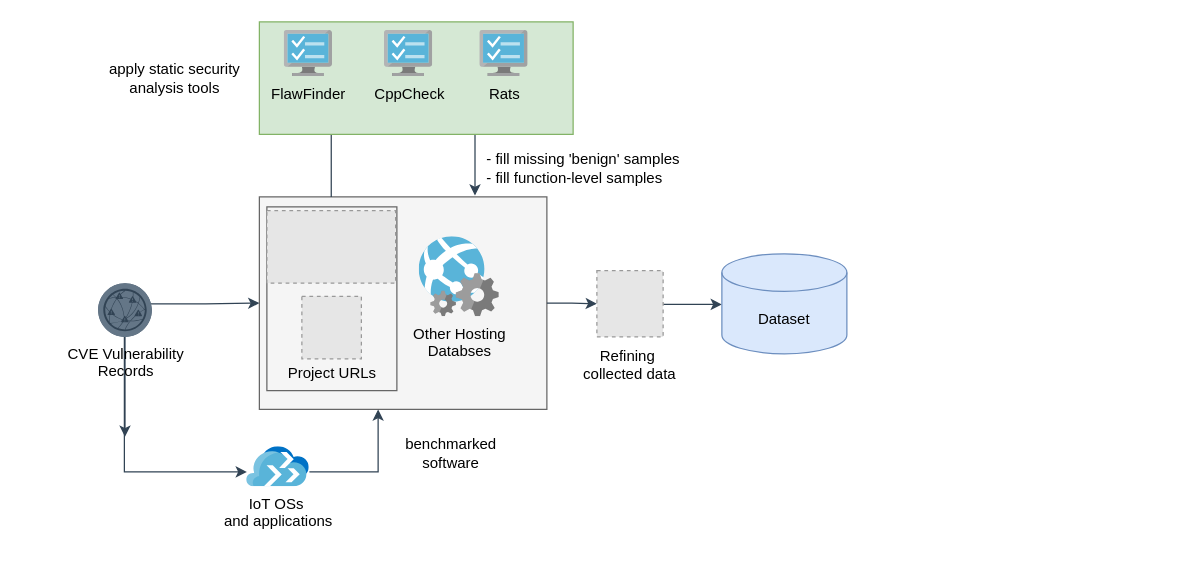
This is figure/framework.drawio from SmartSecLab/IoTvulCode, a draw.io file, before an edit. Source tidied: cells renumbered, new cells numbered last; positions are measured from the earlier drawing's top-left corner, leaving out a move shared by most shapes. Both pictures are drawn from the tidied source at 125%, with x=0, y=0 at pixel (92, 21). Pictures stored in the file or linked from it are replaced by grey dashed boxes.
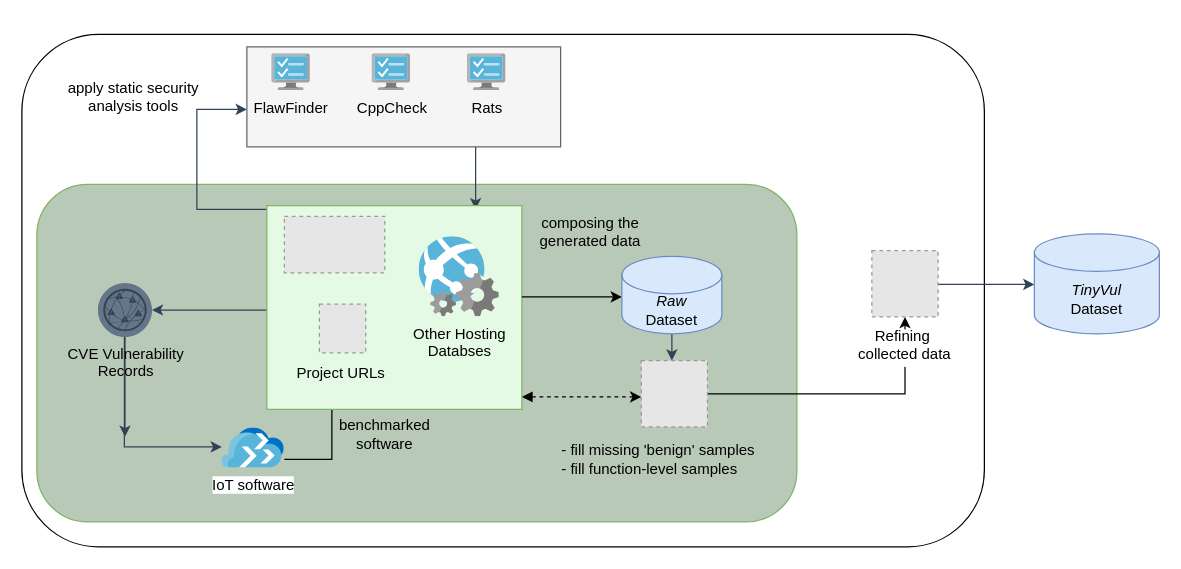
The same page after the edit.

Commit message (it also covers changes not shown here):
added sql vaccum function and updated framework

The change refers to these unchanged cells:
```xml
<mxCell id="15" value="CVE Vulnerability &lt;br&gt;Records" style="verticalLabelPosition=bottom;html=1;verticalAlign=top;align=center;points=[[0.145,0.145,0],[0.5,0,0],[0.855,0.145,0],[1,0.5,0],[0.855,0.855,0],[0.5,1,0],[0.145,0.855,0],[0,0.5,0]];shape=mxgraph.cisco_safe.compositeIcon;bgIcon=ellipse;resIcon=mxgraph.cisco_safe.capability.vulnerability_management;fontColor=#000000;fillColor=#647687;strokeColor=#314354;" parent="1" vertex="1">
  <mxGeometry x="4" y="209" width="43" height="43" as="geometry" />
</mxCell>
```

What changed in the source:
```diff
@@
-    <mxCell id="2" style="rounded=0;whiteSpace=wrap;html=1;verticalAlign=top;fontColor=#333333;fillColor=#f5f5f5;strokeColor=#666666;" parent="1" vertex="1">
-      <mxGeometry x="133" y="140" width="230" height="170" as="geometry" />
-    </mxCell>
+    <mxCell id="28" style="rounded=1;whiteSpace=wrap;html=1;" parent="1" vertex="1">
+      <mxGeometry x="-57" y="10" width="770" height="410" as="geometry" />
+    </mxCell>
+    <mxCell id="29" style="rounded=1;whiteSpace=wrap;html=1;strokeColor=#82b366;fillColor=#B9C9B8;" parent="1" vertex="1">
+      <mxGeometry x="-45" y="130" width="608" height="270" as="geometry" />
+    </mxCell>
-    <mxCell id="3" style="edgeStyle=orthogonalEdgeStyle;rounded=0;jettySize=auto;html=1;exitX=0.465;exitY=0.384;exitDx=0;exitDy=0;exitPerimeter=0;fontColor=#000000;fillColor=#647687;strokeColor=#314354;" parent="1" edge="1" source="15" target="2">
-      <mxGeometry relative="1" as="geometry" />
+    <mxCell id="3" style="edgeStyle=orthogonalEdgeStyle;rounded=0;jettySize=auto;html=1;exitX=1;exitY=0.5;exitDx=0;exitDy=0;exitPerimeter=0;fontColor=#000000;fillColor=#647687;strokeColor=#314354;endArrow=none;endFill=0;startArrow=classic;startFill=1;" parent="1" edge="1" source="15">
+      <mxGeometry relative="1" as="geometry">
+        <mxPoint x="143" y="225" as="targetPoint" />
+        <Array as="points">
+          <mxPoint x="143" y="231" />
+        </Array>
+      </mxGeometry>
     </mxCell>
     <mxCell id="4" style="edgeStyle=orthogonalEdgeStyle;rounded=0;jettySize=auto;html=1;fontColor=#000000;fillColor=#647687;strokeColor=#314354;" parent="1" edge="1" target="13">
       <mxGeometry relative="1" as="geometry">
         <mxPoint x="25" y="228" as="sourcePoint" />
         <Array as="points">
-          <mxPoint x="25" y="360" />
+          <mxPoint x="25" y="340" />
         </Array>
       </mxGeometry>
     </mxCell>
-    <mxCell id="5" style="edgeStyle=orthogonalEdgeStyle;rounded=0;jettySize=auto;html=1;fontColor=#000000;fillColor=#647687;strokeColor=#314354;" parent="1" edge="1" source="13" target="2">
-      <mxGeometry relative="1" as="geometry">
-        <Array as="points">
-          <mxPoint x="228" y="360" />
-        </Array>
-      </mxGeometry>
-    </mxCell>
-    <mxCell id="6" style="edgeStyle=elbowEdgeStyle;rounded=0;jettySize=auto;html=1;elbow=vertical;fontColor=#000000;fillColor=#647687;strokeColor=#314354;" parent="1" edge="1" source="11" target="12">
+    <mxCell id="6" style="edgeStyle=elbowEdgeStyle;rounded=0;jettySize=auto;html=1;elbow=vertical;fontColor=#000000;fillColor=#647687;strokeColor=#314354;" parent="1" edge="1" source="33" target="12">
       <mxGeometry relative="1" as="geometry" />
     </mxCell>
-    <mxCell id="7" style="edgeStyle=orthogonalEdgeStyle;rounded=0;jettySize=auto;html=1;fontColor=#000000;fillColor=#647687;strokeColor=#314354;" parent="1" edge="1" source="2" target="11">
-      <mxGeometry relative="1" as="geometry" />
+    <mxCell id="7" style="edgeStyle=orthogonalEdgeStyle;rounded=0;jettySize=auto;html=1;fontColor=#000000;fillColor=#647687;strokeColor=#314354;" parent="1" edge="1" source="35" target="11">
+      <mxGeometry relative="1" as="geometry">
+        <Array as="points">
+          <mxPoint x="465" y="280" />
+          <mxPoint x="465" y="280" />
+        </Array>
+      </mxGeometry>
     </mxCell>
-    <mxCell id="8" style="edgeStyle=orthogonalEdgeStyle;rounded=0;jettySize=auto;html=1;exitX=0.25;exitY=0;exitDx=0;exitDy=0;fontColor=#000000;fillColor=#647687;strokeColor=#314354;" parent="1" edge="1" source="2" target="17">
+    <mxCell id="8" style="edgeStyle=orthogonalEdgeStyle;rounded=0;orthogonalLoop=1;jettySize=auto;html=1;fontColor=#000000;fillColor=#647687;strokeColor=#314354;" parent="1" edge="1">
       <mxGeometry relative="1" as="geometry">
+        <mxPoint x="163" y="150" as="sourcePoint" />
+        <mxPoint x="123" y="70" as="targetPoint" />
         <Array as="points">
-          <mxPoint x="191" y="20" />
-          <mxPoint x="263" y="20" />
+          <mxPoint x="83" y="150" />
+          <mxPoint x="83" y="70" />
         </Array>
       </mxGeometry>
     </mxCell>
-    <mxCell id="9" style="rounded=0;orthogonalLoop=1;jettySize=auto;html=1;edgeStyle=orthogonalEdgeStyle;endArrow=classic;endFill=1;entryX=0.75;entryY=0;entryDx=0;entryDy=0;fontColor=#000000;fillColor=#647687;strokeColor=#314354;" parent="1" edge="1">
+    <mxCell id="9" style="rounded=0;orthogonalLoop=1;jettySize=auto;html=1;edgeStyle=orthogonalEdgeStyle;endArrow=classic;endFill=1;fontColor=#000000;fillColor=#647687;strokeColor=#314354;" parent="1" edge="1">
       <mxGeometry relative="1" as="geometry">
         <mxPoint x="313" y="49" as="sourcePoint" />
-        <mxPoint x="305.5" y="139" as="targetPoint" />
+        <mxPoint x="306" y="150" as="targetPoint" />
         <Array as="points">
           <mxPoint x="313" y="89" />
           <mxPoint x="306" y="89" />
         </Array>
       </mxGeometry>
     </mxCell>
-    <mxCell id="10" value="Other Hosting&lt;br&gt;Databses" style="html=1;perimeter=none;align=center;shadow=0;dashed=0;image;fontSize=12;image=img/lib/mscae/WebApp_WebJobs.svg;labelBackgroundColor=none;fontColor=#000000;fillColor=#647687;strokeColor=#314354;" parent="1" vertex="1">
-      <mxGeometry x="261" y="172" width="64" height="64" as="geometry" />
-    </mxCell>
+    <mxCell id="30" style="edgeStyle=orthogonalEdgeStyle;rounded=0;jettySize=auto;html=1;" parent="1" edge="1" source="11" target="33">
+      <mxGeometry relative="1" as="geometry" />
+    </mxCell>
+    <mxCell id="31" style="edgeStyle=orthogonalEdgeStyle;rounded=0;jettySize=auto;html=1;startArrow=classic;startFill=1;endArrow=block;endFill=1;dashed=1;" parent="1" edge="1" source="11">
+      <mxGeometry relative="1" as="geometry">
+        <mxPoint x="343" y="300" as="targetPoint" />
+        <Array as="points">
+          <mxPoint x="423" y="300" />
+          <mxPoint x="423" y="300" />
+        </Array>
+      </mxGeometry>
+    </mxCell>
-    <mxCell id="11" value="Refining &#10;collected data" style="fillColor=#E6E6E6;strokeColor=#999999;dashed=1;verticalLabelPosition=bottom;labelBackgroundColor=#ffffff;verticalAlign=top;spacingTop=2;fontColor=#000000;" parent="1" vertex="1">
-      <mxGeometry x="403" y="199" width="53" height="53" as="geometry" />
+    <mxCell id="11" style="fillColor=#E6E6E6;strokeColor=#999999;dashed=1;verticalLabelPosition=bottom;labelBackgroundColor=#ffffff;verticalAlign=top;spacingTop=2;fontColor=#000000;" parent="1" vertex="1">
+      <mxGeometry x="438.5" y="271" width="53" height="53" as="geometry" />
     </mxCell>
-    <mxCell id="12" value="Dataset" style="shape=cylinder3;whiteSpace=wrap;html=1;boundedLbl=1;backgroundOutline=1;size=15;fillColor=#dae8fc;strokeColor=#6c8ebf;" parent="1" vertex="1">
-      <mxGeometry x="503" y="185.5" width="100" height="80" as="geometry" />
+    <mxCell id="12" value="&lt;i&gt;TinyVul&lt;/i&gt; &lt;br&gt;Dataset" style="shape=cylinder3;whiteSpace=wrap;html=1;boundedLbl=1;backgroundOutline=1;size=15;fillColor=#dae8fc;strokeColor=#6c8ebf;" parent="1" vertex="1">
+      <mxGeometry x="753" y="169.5" width="100" height="80" as="geometry" />
     </mxCell>
+    <mxCell id="32" style="edgeStyle=orthogonalEdgeStyle;rounded=0;jettySize=auto;html=1;" parent="1" edge="1" source="13" target="23">
+      <mxGeometry relative="1" as="geometry">
+        <Array as="points">
+          <mxPoint x="191" y="350" />
+        </Array>
+      </mxGeometry>
+    </mxCell>
-    <mxCell id="13" value="IoT OSs&amp;nbsp;&lt;br&gt;and applications" style="html=1;points=[];align=center;image;fontSize=12;image=img/lib/mscae/Migration_Projects.svg;fontColor=#000000;fillColor=#647687;strokeColor=#314354;labelBackgroundColor=#FFFFFF;" parent="1" vertex="1">
-      <mxGeometry x="123" y="340" width="50" height="32" as="geometry" />
+    <mxCell id="13" value="IoT software" style="html=1;points=[];align=center;image;fontSize=12;image=img/lib/mscae/Migration_Projects.svg;fontColor=#000000;fillColor=#647687;strokeColor=#314354;labelBackgroundColor=#FFFFFF;" parent="1" vertex="1">
+      <mxGeometry x="103" y="325" width="50" height="32" as="geometry" />
     </mxCell>
@@
-    <mxCell id="16" style="group;fillColor=#d5e8d4;strokeColor=#82b366;" parent="1" vertex="1">
-      <mxGeometry x="133" width="251" height="90" as="geometry" />
+    <mxCell id="16" style="group;fillColor=#f5f5f5;strokeColor=#666666;fontColor=#333333;" parent="1" vertex="1">
+      <mxGeometry x="123" y="20" width="251" height="80" as="geometry" />
     </mxCell>
     <mxCell id="17" value="FlawFinder" style="html=1;perimeter=none;align=center;shadow=0;dashed=0;image;fontSize=12;image=img/lib/mscae/TaskVM.svg;fillColor=#647687;strokeColor=#314354;labelBackgroundColor=none;" parent="16" vertex="1">
-      <mxGeometry x="20" y="7" width="38.6" height="36.8" as="geometry" />
+      <mxGeometry x="20" y="5.6" width="30.9" height="29.4" as="geometry" />
     </mxCell>
     <mxCell id="18" value="CppCheck" style="html=1;perimeter=none;align=center;shadow=0;dashed=0;image;fontSize=12;image=img/lib/mscae/TaskVM.svg;fillColor=#647687;strokeColor=#314354;labelBackgroundColor=none;" parent="16" vertex="1">
-      <mxGeometry x="100.2" y="7" width="38.6" height="36.8" as="geometry" />
+      <mxGeometry x="100.2" y="5.6" width="30.9" height="29.4" as="geometry" />
     </mxCell>
     <mxCell id="19" value="Rats" style="html=1;perimeter=none;align=center;shadow=0;dashed=0;image;fontSize=12;image=img/lib/mscae/TaskVM.svg;fillColor=#647687;strokeColor=#314354;labelBackgroundColor=none;" parent="16" vertex="1">
-      <mxGeometry x="176.5" y="7" width="38.6" height="36.8" as="geometry" />
+      <mxGeometry x="176.5" y="5.6" width="30.9" height="29.4" as="geometry" />
     </mxCell>
     <mxCell id="20" value="- fill missing 'benign' samples&lt;br&gt;- fill function-level samples" style="text;html=1;align=left;verticalAlign=middle;fontColor=#000000;fillColor=none;strokeColor=none;" parent="1" vertex="1">
-      <mxGeometry x="313" y="97" width="180" height="40" as="geometry" />
+      <mxGeometry x="373" y="330" width="180" height="40" as="geometry" />
     </mxCell>
-    <mxCell id="21" style="group;fontColor=#333333;fillColor=#f5f5f5;strokeColor=#666666;" parent="1" vertex="1">
-      <mxGeometry x="139" y="148" width="104" height="147" as="geometry" />
+    <mxCell id="21" style="group;strokeColor=#82b366;fillColor=#E5FAE4;" parent="1" vertex="1">
+      <mxGeometry x="139" y="147" width="204" height="163" as="geometry" />
     </mxCell>
+    <mxCell id="25" style="fillColor=#E6E6E6;strokeColor=#999999;dashed=1;verticalLabelPosition=bottom;labelBackgroundColor=none;verticalAlign=top;fontColor=default;" parent="21" vertex="1">
+      <mxGeometry x="14" y="8.6" width="80.3" height="45.2" as="geometry" />
+    </mxCell>
+    <mxCell id="23" value="Project URLs" style="text;html=1;align=center;verticalAlign=middle;points=[];" parent="21" vertex="1">
+      <mxGeometry x="14" y="119.3" width="90" height="30" as="geometry" />
+    </mxCell>
     <mxCell id="22" style="group;" parent="21" vertex="1">
-      <mxGeometry x="6.6" y="71.5" width="90.9" height="76.5" as="geometry" />
+      <mxGeometry y="78.7" width="178.3" height="84.3" as="geometry" />
     </mxCell>
-    <mxCell id="23" value="Project URLs" style="text;html=1;align=center;verticalAlign=middle;points=[];" parent="22" vertex="1">
-      <mxGeometry y="46.5" width="90" height="30" as="geometry" />
-    </mxCell>
     <mxCell id="24" style="fillColor=#E6E6E6;strokeColor=#999999;dashed=1;verticalLabelPosition=bottom;labelBackgroundColor=default;verticalAlign=top;fontColor=#000000;" parent="22" vertex="1">
-      <mxGeometry x="21.4" width="47.6" height="50" as="geometry" />
+      <mxGeometry x="42" width="37.1" height="39" as="geometry" />
     </mxCell>
-    <mxCell id="25" style="fillColor=#E6E6E6;strokeColor=#999999;dashed=1;verticalLabelPosition=bottom;labelBackgroundColor=none;verticalAlign=top;fontColor=default;" parent="21" vertex="1">
-      <mxGeometry y="3" width="103" height="58" as="geometry" />
-    </mxCell>
     <mxCell id="26" value="benchmarked &lt;br&gt;software" style="text;html=1;align=center;verticalAlign=middle;fontColor=#000000;fillColor=none;strokeColor=none;labelBackgroundColor=none;" parent="1" vertex="1">
-      <mxGeometry x="236" y="325" width="100" height="40" as="geometry" />
+      <mxGeometry x="183" y="310" width="100" height="40" as="geometry" />
     </mxCell>
+    <mxCell id="33" value="Refining &#10;collected data" style="fillColor=#E6E6E6;strokeColor=#999999;dashed=1;verticalLabelPosition=bottom;labelBackgroundColor=#ffffff;verticalAlign=top;spacingTop=2;fontColor=#000000;" parent="1" vertex="1">
+      <mxGeometry x="623" y="183" width="53" height="53" as="geometry" />
+    </mxCell>
     <mxCell id="27" value="apply static security &lt;br&gt;analysis tools" style="text;align=center;verticalAlign=middle;fontColor=#000000;fillColor=none;strokeColor=none;html=1;" parent="1" vertex="1">
-      <mxGeometry y="25" width="130" height="40" as="geometry" />
+      <mxGeometry x="-33" y="40" width="130" height="40" as="geometry" />
     </mxCell>
+    <mxCell id="10" value="Other Hosting&lt;br&gt;Databses" style="html=1;perimeter=none;align=center;shadow=0;dashed=0;image;fontSize=12;image=img/lib/mscae/WebApp_WebJobs.svg;labelBackgroundColor=none;fontColor=#000000;fillColor=#647687;strokeColor=#314354;" parent="1" vertex="1">
+      <mxGeometry x="261" y="172" width="64" height="64" as="geometry" />
+    </mxCell>
+    <mxCell id="34" style="edgeStyle=orthogonalEdgeStyle;rounded=0;jettySize=auto;html=1;startArrow=classic;startFill=1;endArrow=none;endFill=0;" parent="1" edge="1" source="35">
+      <mxGeometry relative="1" as="geometry">
+        <mxPoint x="343" y="220" as="targetPoint" />
+        <Array as="points">
+          <mxPoint x="393" y="220" />
+          <mxPoint x="393" y="220" />
+        </Array>
+      </mxGeometry>
+    </mxCell>
+    <mxCell id="35" value="&lt;i&gt;Raw&lt;br&gt;&lt;/i&gt;Dataset" style="shape=cylinder3;whiteSpace=wrap;html=1;boundedLbl=1;backgroundOutline=1;size=15;fillColor=#dae8fc;strokeColor=#6c8ebf;" parent="1" vertex="1">
+      <mxGeometry x="423" y="187.5" width="80" height="62" as="geometry" />
+    </mxCell>
+    <mxCell id="36" value="composing the generated data" style="text;html=1;strokeColor=none;fillColor=none;align=center;verticalAlign=middle;whiteSpace=wrap;rounded=0;" parent="1" vertex="1">
+      <mxGeometry x="343" y="158" width="110" height="20" as="geometry" />
+    </mxCell>
```
